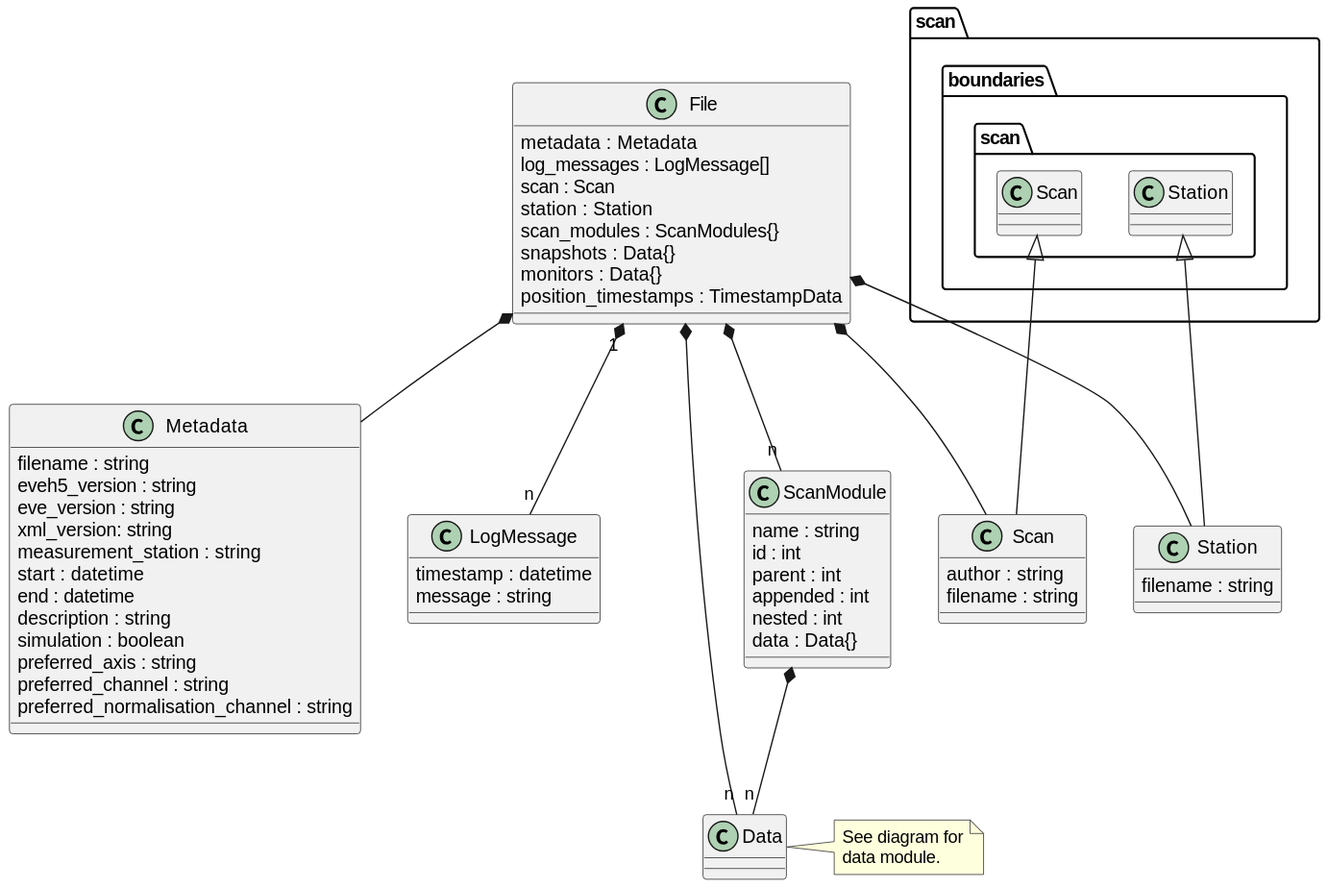
This is docs/uml/evedata.evefile.entities.file.svg from tillbiskup/evedata, a PlantUML export, as it was before one commit.
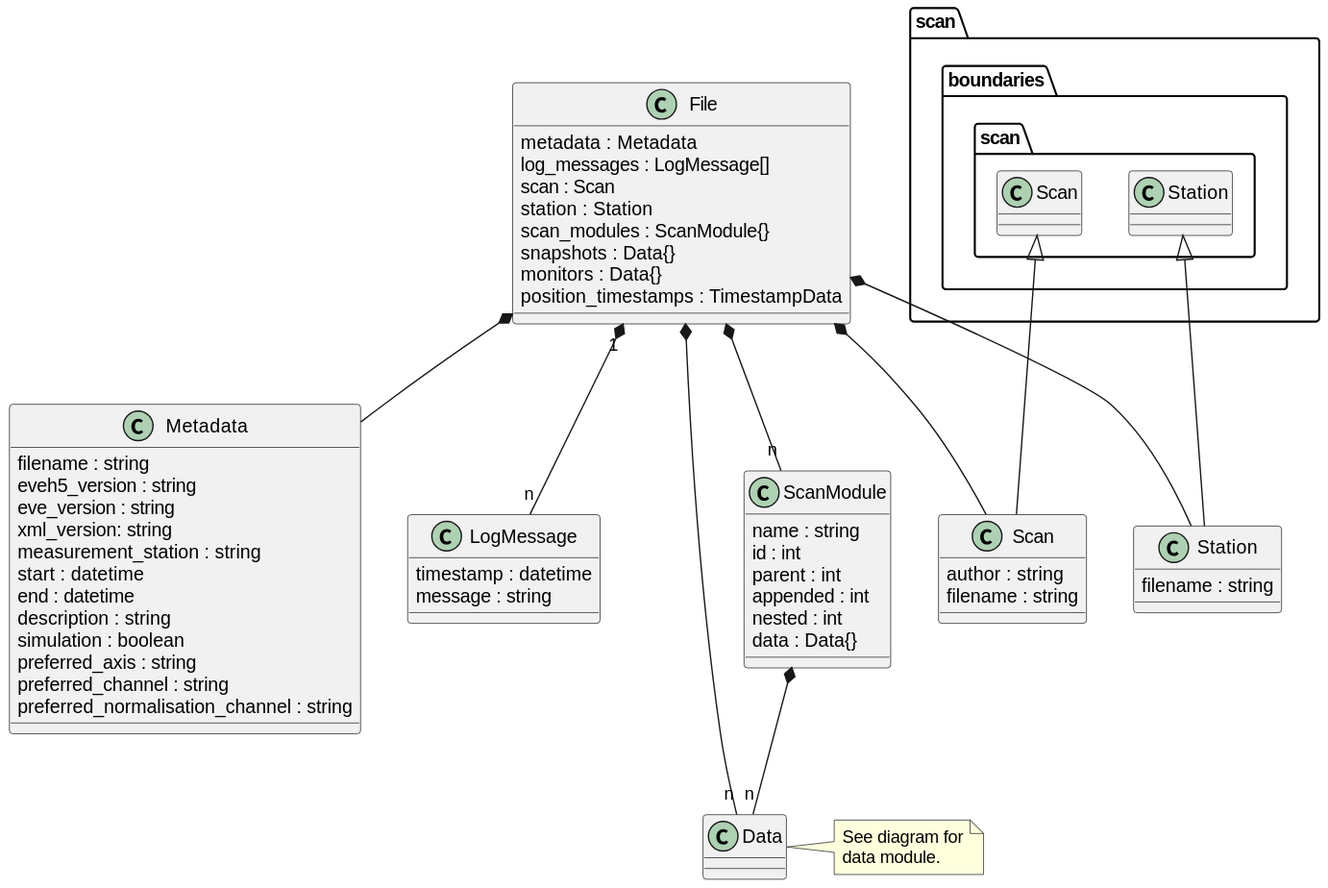
Above is the later version.

Change to the diagram source:
```diff
@@ -4,7 +4,7 @@
     log_messages : LogMessage[]
     scan : Scan
     station : Station
-    scan_modules : ScanModules{}
+    scan_modules : ScanModule{}
     snapshots : Data{}
     monitors : Data{}
     position_timestamps : TimestampData
```
